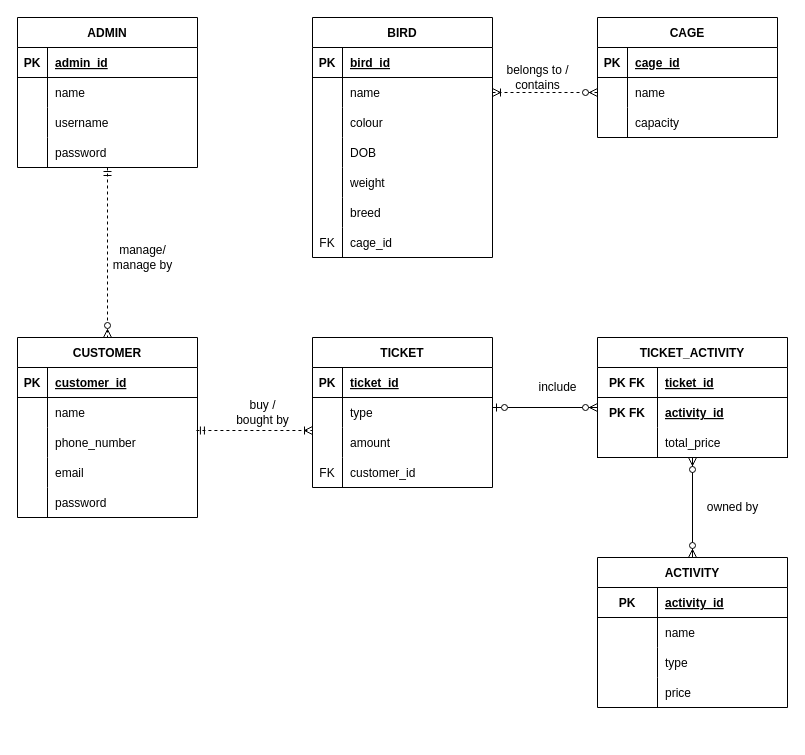
The draw.io diagram page "Page-2" (2 of 4) of Exercise1ClassDiagram.drawio in abby18abby/week-2-class-diagram, before the edit. Source tidied: cells renumbered, new cells numbered last; positions are measured from the earlier drawing's top-left corner, leaving out a move shared by most shapes. Both pictures are drawn from the tidied source at 100%, with x=0, y=0 at pixel (17, 17).
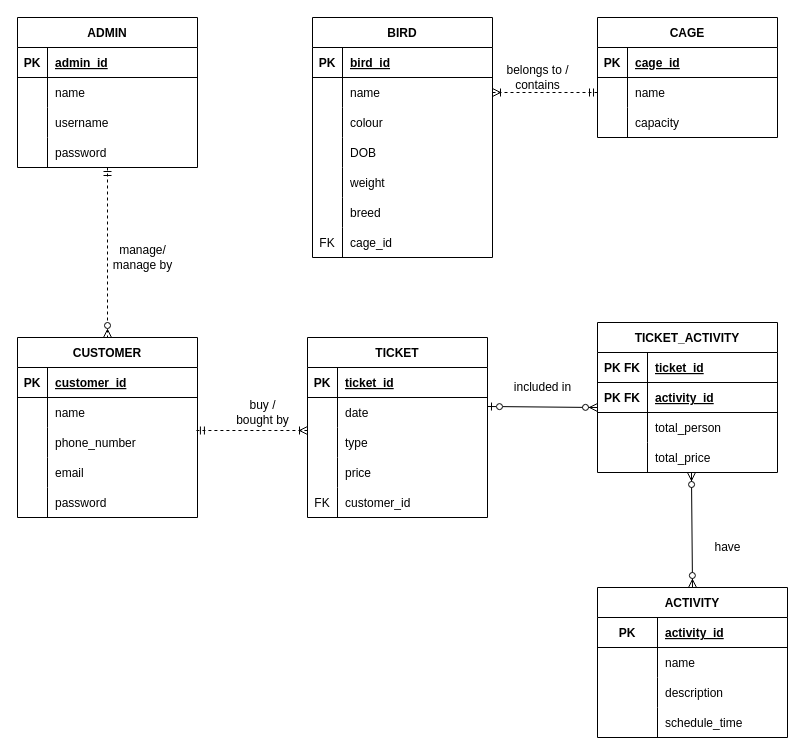
The same diagram, later.

The change refers to these unchanged cells:
```xml
<mxCell id="19" style="shape=tableRow;horizontal=0;startSize=0;swimlaneHead=0;swimlaneBody=0;fillColor=none;points=[[0,0.5],[1,0.5]];portConstraint=eastwest;top=0;left=0;right=0;bottom=0;" parent="15" vertex="1">
  <mxGeometry y="60" width="180" height="30" as="geometry" />
</mxCell>
<mxCell id="41" style="shape=tableRow;horizontal=0;startSize=0;swimlaneHead=0;swimlaneBody=0;fillColor=none;points=[[0,0.5],[1,0.5]];portConstraint=eastwest;top=0;left=0;right=0;bottom=0;" parent="37" vertex="1">
  <mxGeometry y="60" width="180" height="30" as="geometry" />
</mxCell>
<mxCell id="54" style="shape=tableRow;horizontal=0;startSize=0;swimlaneHead=0;swimlaneBody=0;fillColor=none;points=[[0,0.5],[1,0.5]];portConstraint=eastwest;top=0;left=0;right=0;bottom=0;" parent="47" vertex="1">
  <mxGeometry y="90" width="180" height="30" as="geometry" />
</mxCell>
<mxCell id="67" style="shape=tableRow;horizontal=0;startSize=0;swimlaneHead=0;swimlaneBody=0;fillColor=none;top=0;left=0;right=0;bottom=0;" parent="63" vertex="1">
  <mxGeometry y="60" width="180" height="30" as="geometry" />
</mxCell>
```

What changed in the source:
```diff
@@
     <mxCell id="63" value="TICKET" style="shape=table;startSize=30;childLayout=tableLayout;rowLines=0;fontStyle=1;align=center;" parent="1" vertex="1">
-      <mxGeometry x="295" y="320" width="180" height="150" as="geometry" />
+      <mxGeometry x="290" y="320" width="180" height="180" as="geometry" />
     </mxCell>
@@
-    <mxCell id="68" style="shape=partialRectangle;fillColor=none;top=0;left=0;bottom=0;right=0;overflow=hidden;" parent="67" vertex="1">
-      <mxGeometry width="30" height="30" as="geometry" />
-    </mxCell>
+    <mxCell id="109" style="shape=partialRectangle;fillColor=none;top=0;left=0;bottom=0;right=0;overflow=hidden;" parent="67" vertex="1">
+      <mxGeometry width="30" height="30" as="geometry" />
+    </mxCell>
+    <mxCell id="110" value="date" style="shape=partialRectangle;fillColor=none;top=0;left=0;bottom=0;right=0;align=left;spacingLeft=6;overflow=hidden;" parent="67" vertex="1">
+      <mxGeometry x="30" width="150" height="30" as="geometry" />
+    </mxCell>
+    <mxCell id="111" style="shape=tableRow;horizontal=0;startSize=0;swimlaneHead=0;swimlaneBody=0;fillColor=none;top=0;left=0;right=0;bottom=0;" parent="63" vertex="1">
+      <mxGeometry y="90" width="180" height="30" as="geometry" />
+    </mxCell>
+    <mxCell id="112" style="shape=partialRectangle;fillColor=none;top=0;left=0;bottom=0;right=0;overflow=hidden;" parent="111" vertex="1">
+      <mxGeometry width="30" height="30" as="geometry" />
+    </mxCell>
-    <mxCell id="69" value="type" style="shape=partialRectangle;fillColor=none;top=0;left=0;bottom=0;right=0;align=left;spacingLeft=6;overflow=hidden;" parent="67" vertex="1">
+    <mxCell id="69" value="type" style="shape=partialRectangle;fillColor=none;top=0;left=0;bottom=0;right=0;align=left;spacingLeft=6;overflow=hidden;" parent="111" vertex="1">
       <mxGeometry x="30" width="150" height="30" as="geometry" />
     </mxCell>
     <mxCell id="70" style="shape=tableRow;horizontal=0;startSize=0;swimlaneHead=0;swimlaneBody=0;fillColor=none;points=[[0,0.5],[1,0.5]];portConstraint=eastwest;top=0;left=0;right=0;bottom=0;" parent="63" vertex="1">
-      <mxGeometry y="90" width="180" height="30" as="geometry" />
+      <mxGeometry y="120" width="180" height="30" as="geometry" />
     </mxCell>
@@
-    <mxCell id="72" value="amount" style="shape=partialRectangle;fillColor=none;top=0;left=0;bottom=0;right=0;align=left;spacingLeft=6;overflow=hidden;" parent="70" vertex="1">
+    <mxCell id="72" value="price" style="shape=partialRectangle;fillColor=none;top=0;left=0;bottom=0;right=0;align=left;spacingLeft=6;overflow=hidden;" parent="70" vertex="1">
       <mxGeometry x="30" width="150" height="30" as="geometry" />
     </mxCell>
     <mxCell id="73" style="shape=tableRow;horizontal=0;startSize=0;swimlaneHead=0;swimlaneBody=0;fillColor=none;top=0;left=0;right=0;bottom=0;" parent="63" vertex="1">
-      <mxGeometry y="120" width="180" height="30" as="geometry" />
+      <mxGeometry y="150" width="180" height="30" as="geometry" />
     </mxCell>
@@
-    <mxCell id="76" value="TICKET_ACTIVITY" style="shape=table;startSize=30;childLayout=tableLayout;rowLines=0;fontStyle=1;align=center;" parent="1" vertex="1">
-      <mxGeometry x="580" y="320" width="190" height="120" as="geometry" />
-    </mxCell>
-    <mxCell id="77" style="shape=tableRow;horizontal=0;startSize=0;swimlaneHead=0;swimlaneBody=0;fillColor=none;top=0;left=0;right=0;bottom=1;" parent="76" vertex="1">
-      <mxGeometry y="30" width="190" height="30" as="geometry" />
-    </mxCell>
-    <mxCell id="78" value="PK FK" style="shape=partialRectangle;fillColor=none;top=0;left=0;bottom=0;right=0;fontStyle=1;overflow=hidden;" parent="77" vertex="1">
-      <mxGeometry width="60" height="30" as="geometry" />
-    </mxCell>
-    <mxCell id="79" value="ticket_id" style="shape=partialRectangle;fillColor=none;top=0;left=0;bottom=0;right=0;align=left;spacingLeft=6;fontStyle=5;overflow=hidden;" parent="77" vertex="1">
-      <mxGeometry x="60" width="130" height="30" as="geometry" />
-    </mxCell>
-    <mxCell id="80" style="shape=tableRow;horizontal=0;startSize=0;swimlaneHead=0;swimlaneBody=0;fillColor=none;top=0;left=0;right=0;bottom=0;" parent="76" vertex="1">
-      <mxGeometry y="60" width="190" height="30" as="geometry" />
-    </mxCell>
-    <mxCell id="81" value="PK FK" style="shape=partialRectangle;fillColor=none;top=0;left=0;bottom=0;right=0;overflow=hidden;fontStyle=1;" parent="80" vertex="1">
-      <mxGeometry width="60" height="30" as="geometry" />
-    </mxCell>
-    <mxCell id="82" value="activity_id" style="shape=partialRectangle;fillColor=none;top=0;left=0;bottom=0;right=0;align=left;spacingLeft=6;overflow=hidden;fontStyle=5;" parent="80" vertex="1">
-      <mxGeometry x="60" width="130" height="30" as="geometry" />
-    </mxCell>
-    <mxCell id="83" style="shape=tableRow;horizontal=0;startSize=0;swimlaneHead=0;swimlaneBody=0;fillColor=none;points=[[0,0.5],[1,0.5]];portConstraint=eastwest;top=0;left=0;right=0;bottom=1;fontStyle=4;" parent="76" vertex="1">
-      <mxGeometry y="90" width="190" height="30" as="geometry" />
-    </mxCell>
-    <mxCell id="84" style="shape=partialRectangle;fillColor=none;top=0;left=0;bottom=0;right=0;fontStyle=0;overflow=hidden;" parent="83" vertex="1">
-      <mxGeometry width="60" height="30" as="geometry" />
-    </mxCell>
-    <mxCell id="85" value="total_price" style="shape=partialRectangle;fillColor=none;top=0;left=0;bottom=0;right=0;align=left;spacingLeft=6;fontStyle=0;overflow=hidden;" parent="83" vertex="1">
-      <mxGeometry x="60" width="130" height="30" as="geometry" />
-    </mxCell>
     <mxCell id="86" value="ACTIVITY" style="shape=table;startSize=30;childLayout=tableLayout;rowLines=0;fontStyle=1;align=center;" parent="1" vertex="1">
-      <mxGeometry x="580" y="540" width="190" height="150" as="geometry" />
+      <mxGeometry x="580" y="570" width="190" height="150" as="geometry" />
     </mxCell>
@@
-    <mxCell id="93" style="shape=tableRow;horizontal=0;startSize=0;swimlaneHead=0;swimlaneBody=0;fillColor=none;top=0;left=0;right=0;bottom=0;" parent="86" vertex="1">
-      <mxGeometry y="90" width="190" height="30" as="geometry" />
-    </mxCell>
-    <mxCell id="94" style="shape=partialRectangle;fillColor=none;top=0;left=0;bottom=0;right=0;overflow=hidden;fontStyle=1;" parent="93" vertex="1">
-      <mxGeometry width="60" height="30" as="geometry" />
-    </mxCell>
-    <mxCell id="95" value="type" style="shape=partialRectangle;fillColor=none;top=0;left=0;bottom=0;right=0;align=left;spacingLeft=6;overflow=hidden;fontStyle=0;" parent="93" vertex="1">
-      <mxGeometry x="60" width="130" height="30" as="geometry" />
-    </mxCell>
     <mxCell id="96" style="shape=tableRow;horizontal=0;startSize=0;swimlaneHead=0;swimlaneBody=0;fillColor=none;top=0;left=0;right=0;bottom=0;" parent="86" vertex="1">
-      <mxGeometry y="120" width="190" height="30" as="geometry" />
+      <mxGeometry y="90" width="190" height="30" as="geometry" />
     </mxCell>
@@
-    <mxCell id="98" value="price" style="shape=partialRectangle;fillColor=none;top=0;left=0;bottom=0;right=0;align=left;spacingLeft=6;overflow=hidden;fontStyle=0;" parent="96" vertex="1">
+    <mxCell id="98" value="description" style="shape=partialRectangle;fillColor=none;top=0;left=0;bottom=0;right=0;align=left;spacingLeft=6;overflow=hidden;fontStyle=0;" parent="96" vertex="1">
       <mxGeometry x="60" width="130" height="30" as="geometry" />
     </mxCell>
+    <mxCell id="113" style="shape=tableRow;horizontal=0;startSize=0;swimlaneHead=0;swimlaneBody=0;fillColor=none;top=0;left=0;right=0;bottom=0;" parent="86" vertex="1">
+      <mxGeometry y="120" width="190" height="30" as="geometry" />
+    </mxCell>
+    <mxCell id="94" style="shape=partialRectangle;fillColor=none;top=0;left=0;bottom=0;right=0;overflow=hidden;fontStyle=1;" parent="113" vertex="1">
+      <mxGeometry width="60" height="30" as="geometry" />
+    </mxCell>
+    <mxCell id="114" value="schedule_time" style="shape=partialRectangle;fillColor=none;top=0;left=0;bottom=0;right=0;align=left;spacingLeft=6;overflow=hidden;fontStyle=0;" parent="113" vertex="1">
+      <mxGeometry x="60" width="130" height="30" as="geometry" />
+    </mxCell>
@@
-    <mxCell id="101" style="fontSize=12;html=1;endArrow=ERzeroToMany;startArrow=ERoneToMany;rounded=0;jumpStyle=none;jumpSize=4;entryX=0;entryY=0.5;entryDx=0;entryDy=0;dashed=1;exitX=1;exitY=0.5;exitDx=0;exitDy=0;startFill=0;" parent="1" edge="1" source="19" target="41">
+    <mxCell id="101" style="fontSize=12;html=1;endArrow=ERmandOne;startArrow=ERoneToMany;rounded=0;jumpStyle=none;jumpSize=4;entryX=0;entryY=0.5;entryDx=0;entryDy=0;dashed=1;exitX=1;exitY=0.5;exitDx=0;exitDy=0;startFill=0;endFill=0;" parent="1" edge="1" source="19" target="41">
       <mxGeometry relative="1" as="geometry" />
     </mxCell>
-    <mxCell id="102" style="fontSize=12;html=1;endArrow=ERoneToMany;startArrow=ERmandOne;rounded=0;dashed=1;jumpStyle=none;jumpSize=4;exitX=0.994;exitY=0.1;exitDx=0;exitDy=0;exitPerimeter=0;entryX=0;entryY=0.1;entryDx=0;entryDy=0;entryPerimeter=0;" parent="1" edge="1" source="54" target="70">
-      <mxGeometry relative="1" as="geometry" />
+    <mxCell id="102" style="fontSize=12;html=1;endArrow=ERoneToMany;startArrow=ERmandOne;rounded=0;dashed=1;jumpStyle=none;jumpSize=4;exitX=0.994;exitY=0.1;exitDx=0;exitDy=0;exitPerimeter=0;" parent="1" edge="1" source="54">
+      <mxGeometry relative="1" as="geometry">
+        <mxPoint x="290" y="413" as="targetPoint" />
+      </mxGeometry>
     </mxCell>
@@
-    <mxCell id="105" style="fontSize=12;html=1;endArrow=ERzeroToMany;endFill=1;startArrow=ERzeroToOne;rounded=0;jumpStyle=none;jumpSize=4;startFill=0;" parent="1" edge="1">
+    <mxCell id="105" style="fontSize=12;html=1;endArrow=ERzeroToMany;endFill=1;startArrow=ERzeroToOne;rounded=0;jumpStyle=none;jumpSize=4;startFill=0;exitX=1;exitY=0.3;exitDx=0;exitDy=0;exitPerimeter=0;" parent="1" edge="1">
       <mxGeometry relative="1" as="geometry">
-        <mxPoint x="475" y="390" as="sourcePoint" />
+        <mxPoint x="470" y="389" as="sourcePoint" />
         <mxPoint x="580" y="390" as="targetPoint" />
       </mxGeometry>
     </mxCell>
-    <mxCell id="106" style="fontSize=12;html=1;endArrow=ERzeroToMany;endFill=1;startArrow=ERzeroToMany;rounded=0;jumpStyle=none;jumpSize=4;entryX=0.5;entryY=1;entryDx=0;entryDy=0;entryPerimeter=0;exitX=0.5;exitY=0;exitDx=0;exitDy=0;" parent="1" edge="1" source="86" target="83">
+    <mxCell id="106" style="fontSize=12;html=1;endArrow=ERzeroToMany;endFill=1;startArrow=ERzeroToMany;rounded=0;jumpStyle=none;jumpSize=4;exitX=0.5;exitY=0;exitDx=0;exitDy=0;entryX=0.522;entryY=1;entryDx=0;entryDy=0;entryPerimeter=0;" parent="1" edge="1" source="86" target="122">
       <mxGeometry relative="1" as="geometry" />
     </mxCell>
-    <mxCell id="107" value="include" style="text;html=1;align=center;verticalAlign=middle;strokeColor=none;fillColor=none;" parent="1" vertex="1">
-      <mxGeometry x="515" y="360" width="50" height="20" as="geometry" />
+    <mxCell id="107" value="included in" style="text;html=1;align=center;verticalAlign=middle;strokeColor=none;fillColor=none;" parent="1" vertex="1">
+      <mxGeometry x="490" y="360" width="70" height="20" as="geometry" />
     </mxCell>
-    <mxCell id="108" value="owned by" style="text;html=1;align=center;verticalAlign=middle;strokeColor=none;fillColor=none;" parent="1" vertex="1">
-      <mxGeometry x="680" y="480" width="70" height="20" as="geometry" />
+    <mxCell id="108" value="have" style="text;html=1;align=center;verticalAlign=middle;strokeColor=none;fillColor=none;" parent="1" vertex="1">
+      <mxGeometry x="690" y="520" width="40" height="20" as="geometry" />
     </mxCell>
+    <mxCell id="76" value="TICKET_ACTIVITY" style="shape=table;startSize=30;childLayout=tableLayout;rowLines=0;fontStyle=1;align=center;" parent="1" vertex="1">
+      <mxGeometry x="580" y="305" width="180" height="150" as="geometry" />
+    </mxCell>
+    <mxCell id="115" style="shape=tableRow;horizontal=0;startSize=0;swimlaneHead=0;swimlaneBody=0;fillColor=none;top=0;left=0;right=0;bottom=1;" parent="76" vertex="1">
+      <mxGeometry y="30" width="180" height="30" as="geometry" />
+    </mxCell>
+    <mxCell id="116" value="PK FK" style="shape=partialRectangle;fillColor=none;top=0;left=0;bottom=0;right=0;fontStyle=1;overflow=hidden;" parent="115" vertex="1">
+      <mxGeometry width="50" height="30" as="geometry" />
+    </mxCell>
+    <mxCell id="79" value="ticket_id" style="shape=partialRectangle;fillColor=none;top=0;left=0;bottom=0;right=0;align=left;spacingLeft=6;fontStyle=5;overflow=hidden;" parent="115" vertex="1">
+      <mxGeometry x="50" width="130" height="30" as="geometry" />
+    </mxCell>
+    <mxCell id="117" style="shape=tableRow;horizontal=0;startSize=0;swimlaneHead=0;swimlaneBody=0;fillColor=none;top=0;left=0;right=0;bottom=1;" parent="76" vertex="1">
+      <mxGeometry y="60" width="180" height="30" as="geometry" />
+    </mxCell>
+    <mxCell id="118" value="PK FK" style="shape=partialRectangle;fillColor=none;top=0;left=0;bottom=0;right=0;fontStyle=1;overflow=hidden;" parent="117" vertex="1">
+      <mxGeometry width="50" height="30" as="geometry" />
+    </mxCell>
+    <mxCell id="82" value="activity_id" style="shape=partialRectangle;fillColor=none;top=0;left=0;bottom=0;right=0;align=left;spacingLeft=6;fontStyle=5;overflow=hidden;" parent="117" vertex="1">
+      <mxGeometry x="50" width="130" height="30" as="geometry" />
+    </mxCell>
+    <mxCell id="119" style="shape=tableRow;horizontal=0;startSize=0;swimlaneHead=0;swimlaneBody=0;fillColor=none;top=0;left=0;right=0;bottom=0;" parent="76" vertex="1">
+      <mxGeometry y="90" width="180" height="30" as="geometry" />
+    </mxCell>
+    <mxCell id="120" style="shape=partialRectangle;fillColor=none;top=0;left=0;bottom=0;right=0;overflow=hidden;" parent="119" vertex="1">
+      <mxGeometry width="50" height="30" as="geometry" />
+    </mxCell>
+    <mxCell id="121" value="total_person" style="shape=partialRectangle;fillColor=none;top=0;left=0;bottom=0;right=0;align=left;spacingLeft=6;overflow=hidden;" parent="119" vertex="1">
+      <mxGeometry x="50" width="130" height="30" as="geometry" />
+    </mxCell>
+    <mxCell id="122" style="shape=tableRow;horizontal=0;startSize=0;swimlaneHead=0;swimlaneBody=0;fillColor=none;points=[[0,0.5],[1,0.5]];portConstraint=eastwest;top=0;left=0;right=0;bottom=0;" parent="76" vertex="1">
+      <mxGeometry y="120" width="180" height="30" as="geometry" />
+    </mxCell>
+    <mxCell id="123" style="shape=partialRectangle;fillColor=none;top=0;left=0;bottom=0;right=0;overflow=hidden;" parent="122" vertex="1">
+      <mxGeometry width="50" height="30" as="geometry" />
+    </mxCell>
+    <mxCell id="85" value="total_price" style="shape=partialRectangle;fillColor=none;top=0;left=0;bottom=0;right=0;align=left;spacingLeft=6;overflow=hidden;" parent="122" vertex="1">
+      <mxGeometry x="50" width="130" height="30" as="geometry" />
+    </mxCell>
```
